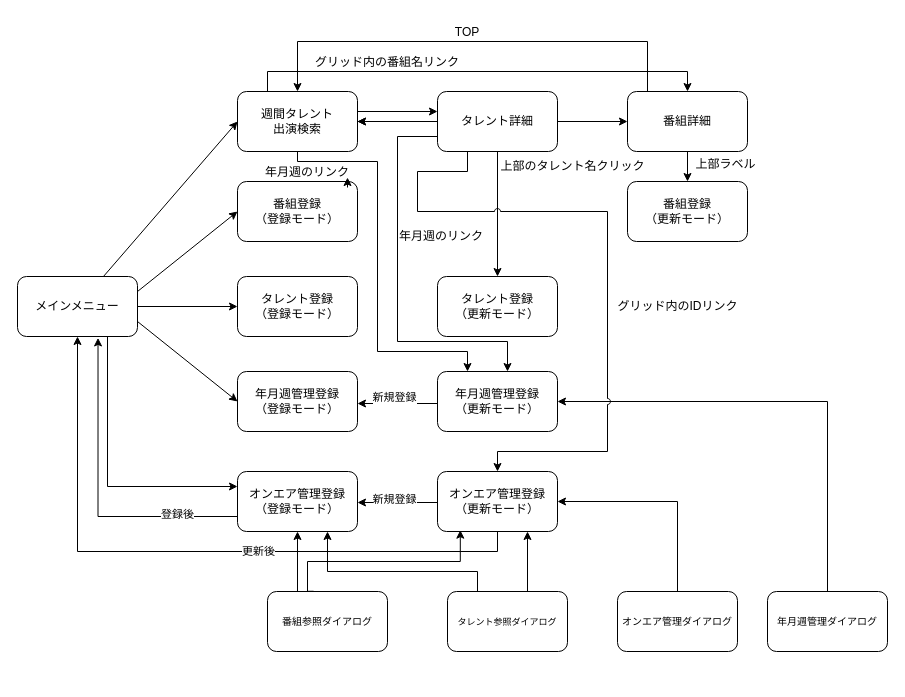
This is doc/2023年共通/課題作成遷移図.drawio from Fukuta-Y/TalentSearchCommon, a draw.io file, before an edit. Source tidied: cells renumbered, new cells numbered last; positions are measured from the earlier drawing's top-left corner, leaving out a move shared by most shapes. Both pictures are drawn from the tidied source at 100%, with x=0, y=0 at pixel (17, 17).
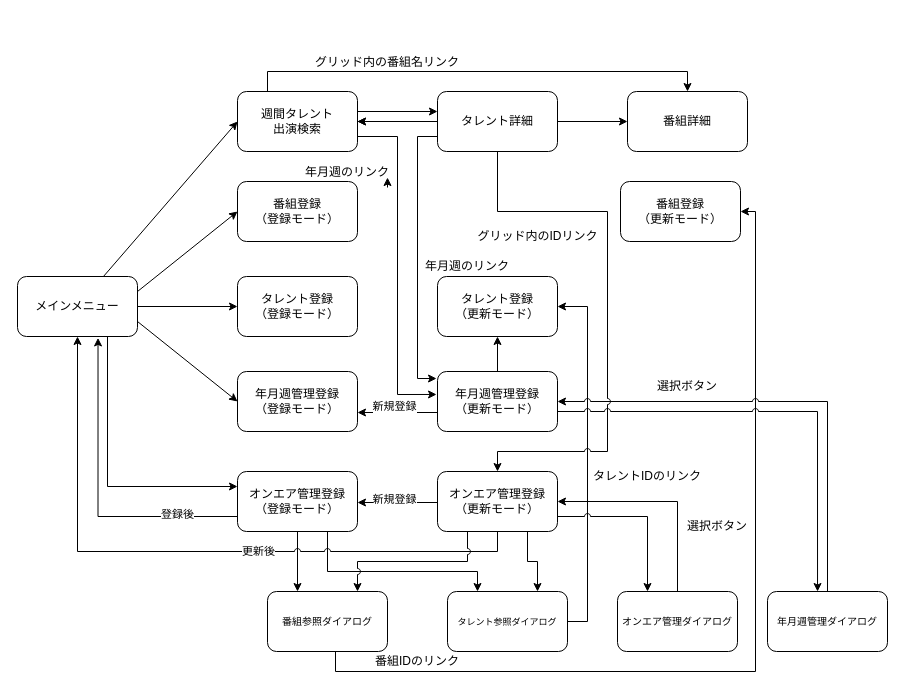
The same page after the edit.

Unchanged cells that the change refers to:
```xml
<mxCell id="3" value="メインメニュー" style="rounded=1;whiteSpace=wrap;html=1;" parent="1" vertex="1">
  <mxGeometry y="259" width="120" height="60" as="geometry" />
</mxCell>
<mxCell id="5" value="週間タレント&lt;br&gt;出演検索" style="rounded=1;whiteSpace=wrap;html=1;" parent="1" vertex="1">
  <mxGeometry x="220" y="74" width="120" height="60" as="geometry" />
</mxCell>
<mxCell id="11" value="オンエア管理登録&lt;br&gt;（登録モード）" style="rounded=1;whiteSpace=wrap;html=1;" parent="1" vertex="1">
  <mxGeometry x="220" y="454" width="120" height="60" as="geometry" />
</mxCell>
<mxCell id="14" value="&lt;font style=&quot;font-size: 9px;&quot;&gt;タレント参照ダイアログ&lt;/font&gt;" style="rounded=1;whiteSpace=wrap;html=1;" parent="1" vertex="1">
  <mxGeometry x="430" y="574" width="120" height="60" as="geometry" />
</mxCell>
<mxCell id="17" value="&lt;font style=&quot;font-size: 10px;&quot;&gt;番組参照ダイアログ&lt;/font&gt;" style="rounded=1;whiteSpace=wrap;html=1;" parent="1" vertex="1">
  <mxGeometry x="250" y="574" width="120" height="60" as="geometry" />
</mxCell>
<mxCell id="23" value="番組詳細" style="rounded=1;whiteSpace=wrap;html=1;" parent="1" vertex="1">
  <mxGeometry x="610" y="74" width="120" height="60" as="geometry" />
</mxCell>
<mxCell id="27" value="タレント詳細" style="rounded=1;whiteSpace=wrap;html=1;" parent="1" vertex="1">
  <mxGeometry x="420" y="74" width="120" height="60" as="geometry" />
</mxCell>
<mxCell id="32" value="タレント登録&lt;br&gt;（更新モード）" style="rounded=1;whiteSpace=wrap;html=1;" parent="1" vertex="1">
  <mxGeometry x="420" y="259" width="120" height="60" as="geometry" />
</mxCell>
<mxCell id="38" value="&lt;font style=&quot;font-size: 10px;&quot;&gt;オンエア管理ダイアログ&lt;/font&gt;" style="rounded=1;whiteSpace=wrap;html=1;" parent="1" vertex="1">
  <mxGeometry x="600" y="574" width="120" height="60" as="geometry" />
</mxCell>
<mxCell id="43" value="オンエア管理登録&lt;br&gt;（更新モード）" style="rounded=1;whiteSpace=wrap;html=1;" parent="1" vertex="1">
  <mxGeometry x="420" y="454" width="120" height="60" as="geometry" />
</mxCell>
<mxCell id="45" value="年月週管理登録&lt;br&gt;（更新モード）" style="rounded=1;whiteSpace=wrap;html=1;" parent="1" vertex="1">
  <mxGeometry x="420" y="354" width="120" height="60" as="geometry" />
</mxCell>
<mxCell id="49" value="&lt;font style=&quot;font-size: 10px;&quot;&gt;年月週管理ダイアログ&lt;/font&gt;" style="rounded=1;whiteSpace=wrap;html=1;" parent="1" vertex="1">
  <mxGeometry x="750" y="574" width="120" height="60" as="geometry" />
</mxCell>
```

The edit, as a diff of the source:
```diff
@@
-    <mxCell id="4" style="edgeStyle=orthogonalEdgeStyle;rounded=0;jettySize=auto;html=1;exitX=0.25;exitY=0;exitDx=0;exitDy=0;entryX=0.5;entryY=0;entryDx=0;entryDy=0;" parent="1" edge="1" source="5" target="23">
+    <mxCell id="4" style="edgeStyle=orthogonalEdgeStyle;rounded=0;jettySize=auto;html=1;exitX=0.25;exitY=0;exitDx=0;exitDy=0;entryX=0.5;entryY=0;entryDx=0;entryDy=0;jumpStyle=arc;" parent="1" edge="1" source="5" target="23">
       <mxGeometry relative="1" as="geometry" />
     </mxCell>
@@
+    <mxCell id="57" style="edgeStyle=orthogonalEdgeStyle;rounded=0;jettySize=auto;html=1;exitX=0.75;exitY=1;exitDx=0;exitDy=0;entryX=0.25;entryY=0;entryDx=0;entryDy=0;jumpStyle=arc;" parent="1" edge="1" source="11" target="14">
+      <mxGeometry relative="1" as="geometry">
+        <Array as="points">
+          <mxPoint x="310" y="554" />
+          <mxPoint x="460" y="554" />
+        </Array>
+      </mxGeometry>
+    </mxCell>
+    <mxCell id="58" style="edgeStyle=orthogonalEdgeStyle;rounded=0;jettySize=auto;html=1;exitX=0.5;exitY=1;exitDx=0;exitDy=0;entryX=0.25;entryY=0;entryDx=0;entryDy=0;" parent="1" edge="1" source="11" target="17">
+      <mxGeometry relative="1" as="geometry" />
+    </mxCell>
@@
-    <mxCell id="13" style="edgeStyle=orthogonalEdgeStyle;rounded=0;jettySize=auto;html=1;exitX=0.25;exitY=0;exitDx=0;exitDy=0;entryX=0.75;entryY=1;entryDx=0;entryDy=0;" parent="1" edge="1" source="14" target="11">
-      <mxGeometry relative="1" as="geometry">
-        <Array as="points">
-          <mxPoint x="460" y="554" />
-          <mxPoint x="310" y="554" />
-        </Array>
-      </mxGeometry>
-    </mxCell>
+    <mxCell id="59" style="edgeStyle=orthogonalEdgeStyle;rounded=0;jettySize=auto;html=1;exitX=1;exitY=0.5;exitDx=0;exitDy=0;entryX=1;entryY=0.5;entryDx=0;entryDy=0;jumpStyle=arc;" parent="1" edge="1" source="14" target="32">
+      <mxGeometry relative="1" as="geometry" />
+    </mxCell>
@@
-    <mxCell id="15" style="edgeStyle=orthogonalEdgeStyle;rounded=0;jettySize=auto;html=1;exitX=0.25;exitY=0;exitDx=0;exitDy=0;endArrow=classic;endFill=1;" parent="1" edge="1" source="17" target="11">
-      <mxGeometry relative="1" as="geometry" />
-    </mxCell>
-    <mxCell id="16" style="edgeStyle=orthogonalEdgeStyle;rounded=0;jettySize=auto;html=1;exitX=0.384;exitY=-0.004;exitDx=0;exitDy=0;entryX=0.19;entryY=0.978;entryDx=0;entryDy=0;entryPerimeter=0;exitPerimeter=0;" parent="1" edge="1" source="17" target="43">
-      <mxGeometry relative="1" as="geometry">
-        <Array as="points">
-          <mxPoint x="290" y="574" />
-          <mxPoint x="290" y="544" />
-          <mxPoint x="443" y="544" />
-        </Array>
-      </mxGeometry>
-    </mxCell>
+    <mxCell id="60" style="edgeStyle=orthogonalEdgeStyle;rounded=0;jettySize=auto;html=1;" parent="1" edge="1" target="31">
+      <mxGeometry relative="1" as="geometry">
+        <mxPoint x="318" y="634" as="sourcePoint" />
+        <Array as="points">
+          <mxPoint x="318" y="654" />
+          <mxPoint x="738" y="654" />
+          <mxPoint x="738" y="194" />
+        </Array>
+      </mxGeometry>
+    </mxCell>
@@
-    <mxCell id="21" style="edgeStyle=orthogonalEdgeStyle;rounded=0;jettySize=auto;html=1;exitX=0.5;exitY=1;exitDx=0;exitDy=0;entryX=0.5;entryY=0;entryDx=0;entryDy=0;" parent="1" edge="1" source="23" target="31">
-      <mxGeometry relative="1" as="geometry" />
-    </mxCell>
-    <mxCell id="22" style="edgeStyle=orthogonalEdgeStyle;rounded=0;jettySize=auto;html=1;exitX=0.5;exitY=0;exitDx=0;exitDy=0;entryX=0.5;entryY=0;entryDx=0;entryDy=0;" parent="1" edge="1" source="23" target="5">
-      <mxGeometry relative="1" as="geometry">
-        <Array as="points">
-          <mxPoint x="630" y="74" />
-          <mxPoint x="630" y="24" />
-          <mxPoint x="280" y="24" />
-        </Array>
-      </mxGeometry>
-    </mxCell>
@@
-    <mxCell id="26" style="edgeStyle=orthogonalEdgeStyle;rounded=0;jettySize=auto;html=1;exitX=0.5;exitY=1;exitDx=0;exitDy=0;curved=0;jumpStyle=arc;" parent="1" edge="1" source="27" target="32">
-      <mxGeometry relative="1" as="geometry" />
-    </mxCell>
@@
     <mxCell id="31" value="番組登録&lt;br&gt;（更新モード）" style="rounded=1;whiteSpace=wrap;html=1;" parent="1" vertex="1">
-      <mxGeometry x="610" y="164" width="120" height="60" as="geometry" />
+      <mxGeometry x="603" y="164" width="120" height="60" as="geometry" />
     </mxCell>
@@
-    <mxCell id="33" value="上部のタレント名クリック" style="text;html=1;align=center;verticalAlign=middle;strokeColor=none;fillColor=none;" parent="1" vertex="1">
-      <mxGeometry x="470" y="134" width="170" height="30" as="geometry" />
-    </mxCell>
-    <mxCell id="34" value="　　　上部ラベル" style="text;html=1;align=center;verticalAlign=middle;strokeColor=none;fillColor=none;" parent="1" vertex="1">
-      <mxGeometry x="630" y="132" width="120" height="30" as="geometry" />
-    </mxCell>
-    <mxCell id="35" value="TOP" style="text;html=1;strokeColor=none;fillColor=none;align=center;verticalAlign=middle;whiteSpace=wrap;rounded=0;" parent="1" vertex="1">
-      <mxGeometry x="420" width="60" height="30" as="geometry" />
-    </mxCell>
@@
-    <mxCell id="41" style="edgeStyle=orthogonalEdgeStyle;rounded=0;jettySize=auto;html=1;exitX=0.5;exitY=1;exitDx=0;exitDy=0;entryX=0.5;entryY=1;entryDx=0;entryDy=0;" parent="1" edge="1" source="43" target="3">
+    <mxCell id="41" style="edgeStyle=orthogonalEdgeStyle;rounded=0;jettySize=auto;html=1;exitX=0.5;exitY=1;exitDx=0;exitDy=0;entryX=0.5;entryY=1;entryDx=0;entryDy=0;jumpStyle=arc;" parent="1" edge="1" source="43" target="3">
       <mxGeometry relative="1" as="geometry" />
     </mxCell>
@@
+    <mxCell id="61" style="edgeStyle=orthogonalEdgeStyle;rounded=0;jettySize=auto;html=1;exitX=0.75;exitY=1;exitDx=0;exitDy=0;entryX=0.75;entryY=0;entryDx=0;entryDy=0;" parent="1" edge="1" source="43" target="14">
+      <mxGeometry relative="1" as="geometry" />
+    </mxCell>
+    <mxCell id="62" style="edgeStyle=orthogonalEdgeStyle;rounded=0;jettySize=auto;html=1;exitX=0.25;exitY=1;exitDx=0;exitDy=0;entryX=0.75;entryY=0;entryDx=0;entryDy=0;jumpStyle=arc;" parent="1" edge="1" source="43" target="17">
+      <mxGeometry relative="1" as="geometry" />
+    </mxCell>
@@
-    <mxCell id="44" style="edgeStyle=orthogonalEdgeStyle;rounded=0;orthogonalLoop=1;jettySize=auto;html=1;exitX=0.25;exitY=0;exitDx=0;exitDy=0;endArrow=classic;endFill=1;" parent="1" edge="1">
-      <mxGeometry relative="1" as="geometry">
-        <mxPoint x="510" y="574" as="sourcePoint" />
-        <mxPoint x="510" y="514" as="targetPoint" />
-      </mxGeometry>
-    </mxCell>
+    <mxCell id="63" style="edgeStyle=orthogonalEdgeStyle;rounded=0;jettySize=auto;html=1;" parent="1" edge="1" source="45" target="32">
+      <mxGeometry relative="1" as="geometry" />
+    </mxCell>
@@
     <mxCell id="46" style="edgeStyle=orthogonalEdgeStyle;rounded=0;orthogonalLoop=1;jettySize=auto;html=1;exitX=0;exitY=0.75;exitDx=0;exitDy=0;" parent="1" edge="1">
       <mxGeometry relative="1" as="geometry">
-        <mxPoint x="420" y="386" as="sourcePoint" />
-        <mxPoint x="340" y="386" as="targetPoint" />
+        <mxPoint x="420" y="395" as="sourcePoint" />
+        <mxPoint x="340" y="395" as="targetPoint" />
       </mxGeometry>
     </mxCell>
@@
-    <mxCell id="48" style="edgeStyle=orthogonalEdgeStyle;rounded=0;jettySize=auto;html=1;exitX=0.5;exitY=0;exitDx=0;exitDy=0;entryX=1;entryY=0.5;entryDx=0;entryDy=0;" parent="1" edge="1" source="49" target="45">
+    <mxCell id="48" style="edgeStyle=orthogonalEdgeStyle;rounded=0;jettySize=auto;html=1;exitX=0.5;exitY=0;exitDx=0;exitDy=0;entryX=1;entryY=0.5;entryDx=0;entryDy=0;strokeColor=default;jumpStyle=arc;targetPerimeterSpacing=0;endArrow=classic;endFill=1;" parent="1" edge="1" source="49" target="45">
       <mxGeometry relative="1" as="geometry" />
     </mxCell>
@@
-    <mxCell id="50" style="edgeStyle=orthogonalEdgeStyle;rounded=0;jettySize=auto;html=1;entryX=0.5;entryY=0;entryDx=0;entryDy=0;exitX=0.25;exitY=1;exitDx=0;exitDy=0;jumpStyle=arc;" parent="1" edge="1" source="27" target="43">
+    <mxCell id="50" style="edgeStyle=orthogonalEdgeStyle;rounded=0;jettySize=auto;html=1;entryX=0.5;entryY=0;entryDx=0;entryDy=0;exitX=0.5;exitY=1;exitDx=0;exitDy=0;jumpStyle=arc;" parent="1" edge="1" source="27" target="43">
       <mxGeometry relative="1" as="geometry">
         <Array as="points">
-          <mxPoint x="450" y="154" />
-          <mxPoint x="400" y="154" />
-          <mxPoint x="400" y="194" />
+          <mxPoint x="480" y="194" />
           <mxPoint x="590" y="194" />
           <mxPoint x="590" y="434" />
           <mxPoint x="480" y="434" />
         </Array>
       </mxGeometry>
     </mxCell>
     <mxCell id="51" value="グリッド内のIDリンク" style="text;html=1;align=center;verticalAlign=middle;strokeColor=none;fillColor=none;" parent="1" vertex="1">
-      <mxGeometry x="590" y="274" width="140" height="30" as="geometry" />
+      <mxGeometry x="450" y="204" width="140" height="30" as="geometry" />
     </mxCell>
-    <mxCell id="52" style="edgeStyle=orthogonalEdgeStyle;rounded=0;jettySize=auto;html=1;exitX=0.5;exitY=1;exitDx=0;exitDy=0;entryX=0.25;entryY=0;entryDx=0;entryDy=0;" parent="1" edge="1" source="5" target="45">
-      <mxGeometry relative="1" as="geometry">
-        <Array as="points">
-          <mxPoint x="280" y="144" />
-          <mxPoint x="360" y="144" />
-          <mxPoint x="360" y="334" />
-          <mxPoint x="450" y="334" />
-        </Array>
-      </mxGeometry>
-    </mxCell>
-    <mxCell id="53" style="edgeStyle=orthogonalEdgeStyle;rounded=0;jettySize=auto;html=1;exitX=0;exitY=0.75;exitDx=0;exitDy=0;" parent="1" edge="1" source="27" target="45">
-      <mxGeometry relative="1" as="geometry">
-        <Array as="points">
-          <mxPoint x="380" y="119" />
-          <mxPoint x="380" y="324" />
-          <mxPoint x="490" y="324" />
-        </Array>
-      </mxGeometry>
-    </mxCell>
     <mxCell id="54" value="年月週のリンク" style="text;html=1;strokeColor=none;fillColor=none;align=center;verticalAlign=middle;whiteSpace=wrap;rounded=0;" parent="1" vertex="1">
-      <mxGeometry x="210" y="140" width="160" height="30" as="geometry" />
+      <mxGeometry x="250" y="140" width="160" height="30" as="geometry" />
     </mxCell>
@@
+    <mxCell id="64" style="edgeStyle=orthogonalEdgeStyle;rounded=0;jettySize=auto;html=1;exitX=1;exitY=0.75;exitDx=0;exitDy=0;strokeColor=default;jumpStyle=arc;targetPerimeterSpacing=0;endArrow=classic;endFill=1;entryX=0.417;entryY=0;entryDx=0;entryDy=0;entryPerimeter=0;" parent="1" edge="1" source="45" target="49">
+      <mxGeometry relative="1" as="geometry">
+        <Array as="points">
+          <mxPoint x="540" y="394" />
+          <mxPoint x="800" y="394" />
+        </Array>
+      </mxGeometry>
+    </mxCell>
+    <mxCell id="65" style="edgeStyle=orthogonalEdgeStyle;rounded=0;jettySize=auto;html=1;entryX=0.25;entryY=0;entryDx=0;entryDy=0;exitX=1;exitY=0.75;exitDx=0;exitDy=0;jumpStyle=arc;" parent="1" edge="1" source="43" target="38">
+      <mxGeometry relative="1" as="geometry">
+        <Array as="points">
+          <mxPoint x="630" y="499" />
+        </Array>
+      </mxGeometry>
+    </mxCell>
+    <mxCell id="53" style="edgeStyle=orthogonalEdgeStyle;rounded=0;jettySize=auto;html=1;exitX=0;exitY=0.75;exitDx=0;exitDy=0;entryX=-0.008;entryY=0.117;entryDx=0;entryDy=0;entryPerimeter=0;" parent="1" edge="1" source="27" target="45">
+      <mxGeometry relative="1" as="geometry" />
+    </mxCell>
+    <mxCell id="52" style="edgeStyle=orthogonalEdgeStyle;rounded=0;jettySize=auto;html=1;exitX=1;exitY=0.75;exitDx=0;exitDy=0;entryX=-0.008;entryY=0.383;entryDx=0;entryDy=0;entryPerimeter=0;" parent="1" edge="1" source="5" target="45">
+      <mxGeometry relative="1" as="geometry" />
+    </mxCell>
     <mxCell id="56" value="年月週のリンク" style="text;html=1;strokeColor=none;fillColor=none;align=center;verticalAlign=middle;whiteSpace=wrap;rounded=0;" parent="1" vertex="1">
-      <mxGeometry x="344" y="204" width="160" height="30" as="geometry" />
+      <mxGeometry x="370" y="234" width="160" height="30" as="geometry" />
     </mxCell>
+    <mxCell id="66" value="番組IDのリンク" style="text;html=1;strokeColor=none;fillColor=none;align=center;verticalAlign=middle;whiteSpace=wrap;rounded=0;" parent="1" vertex="1">
+      <mxGeometry x="320" y="629" width="160" height="30" as="geometry" />
+    </mxCell>
+    <mxCell id="67" value="タレントIDのリンク" style="text;html=1;strokeColor=none;fillColor=none;align=center;verticalAlign=middle;whiteSpace=wrap;rounded=0;" parent="1" vertex="1">
+      <mxGeometry x="550" y="444" width="160" height="30" as="geometry" />
+    </mxCell>
+    <mxCell id="68" value="選択ボタン" style="text;html=1;strokeColor=none;fillColor=none;align=center;verticalAlign=middle;whiteSpace=wrap;rounded=0;" parent="1" vertex="1">
+      <mxGeometry x="620" y="494" width="160" height="30" as="geometry" />
+    </mxCell>
+    <mxCell id="69" value="選択ボタン" style="text;html=1;strokeColor=none;fillColor=none;align=center;verticalAlign=middle;whiteSpace=wrap;rounded=0;" parent="1" vertex="1">
+      <mxGeometry x="590" y="354" width="160" height="30" as="geometry" />
+    </mxCell>
```
